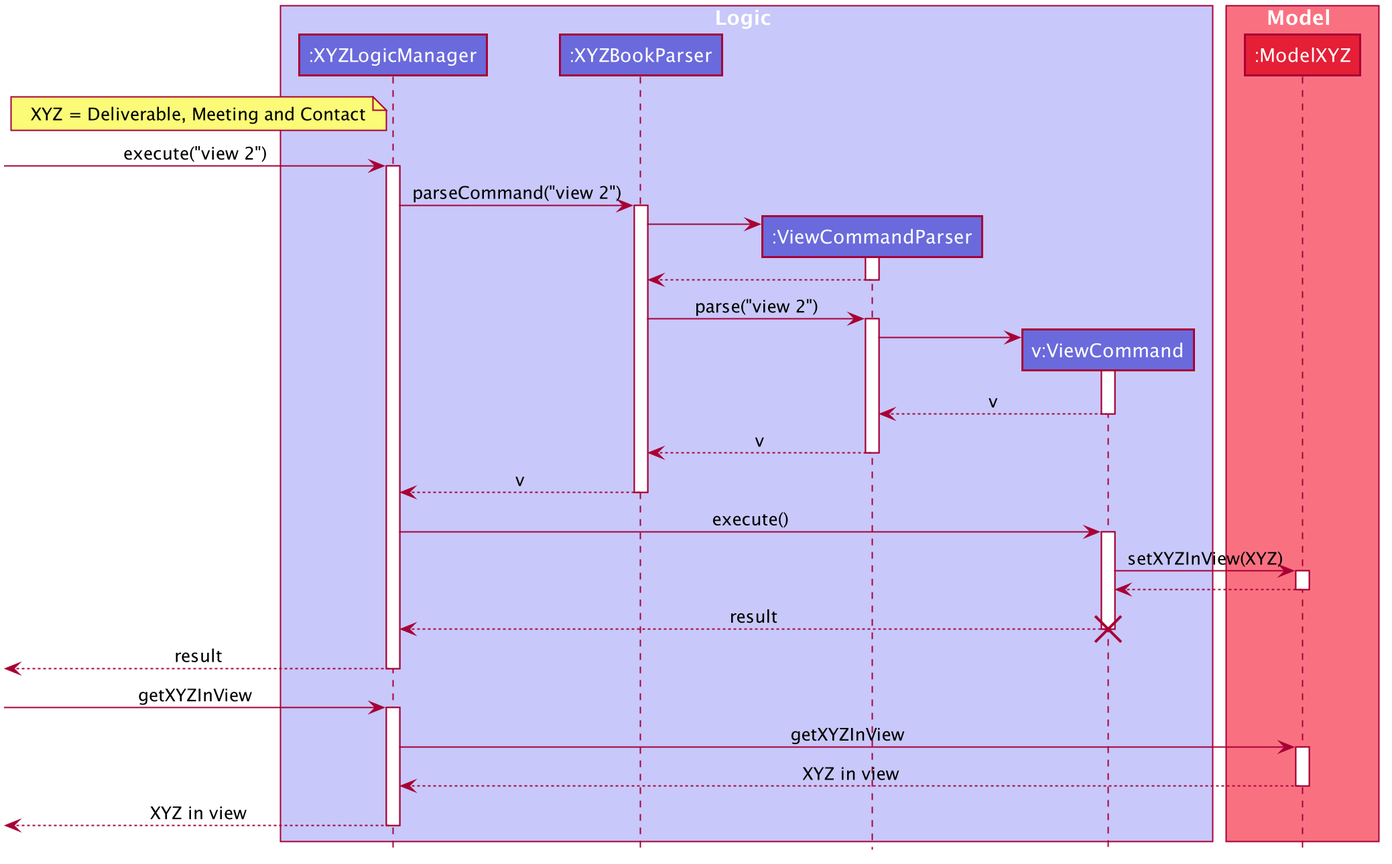
The PlantUML diagram docs/images/ViewCommandSequenceDiagram.png in shadowezz/Productiv, before a commit.
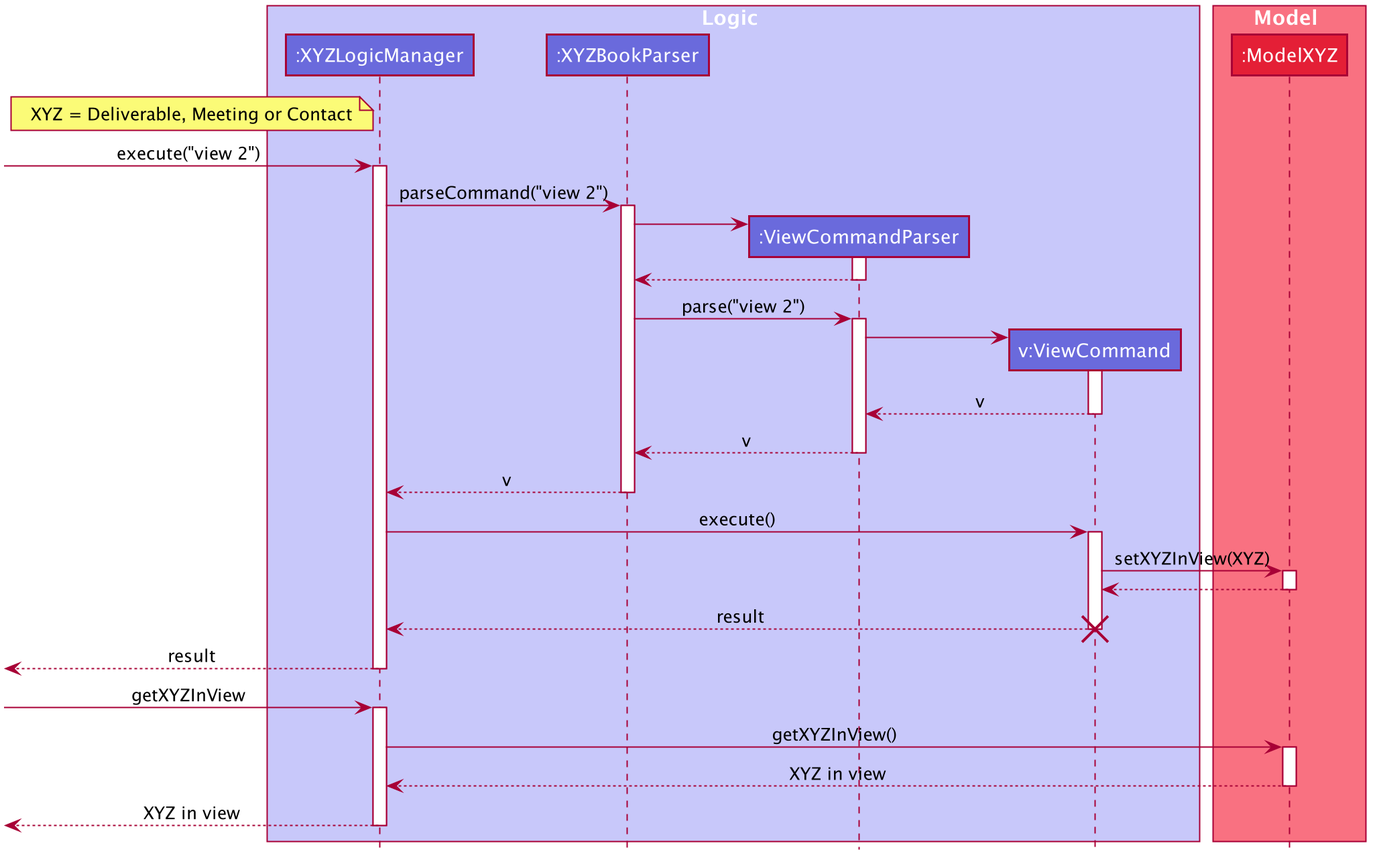
After the commit.

The edit, as a diff of the source:
```diff
@@ -55,7 +55,7 @@
 participant "v:ViewCommand" as ViewCommand #6A6ADC
 end box
 
-note left of XYZLogicManager : XYZ = Deliverable, Meeting and Contact
+note left of XYZLogicManager : XYZ = Deliverable, Meeting or Contact
 
 box Model #F97181
 participant ":ModelXYZ" as ModelXYZ #E41F36
@@ -109,7 +109,7 @@
 [-> XYZLogicManager : getXYZInView
 activate XYZLogicManager
 
-XYZLogicManager -> ModelXYZ : getXYZInView
+XYZLogicManager -> ModelXYZ : getXYZInView()
 activate ModelXYZ
 
 ModelXYZ --> XYZLogicManager : XYZ in view
```
